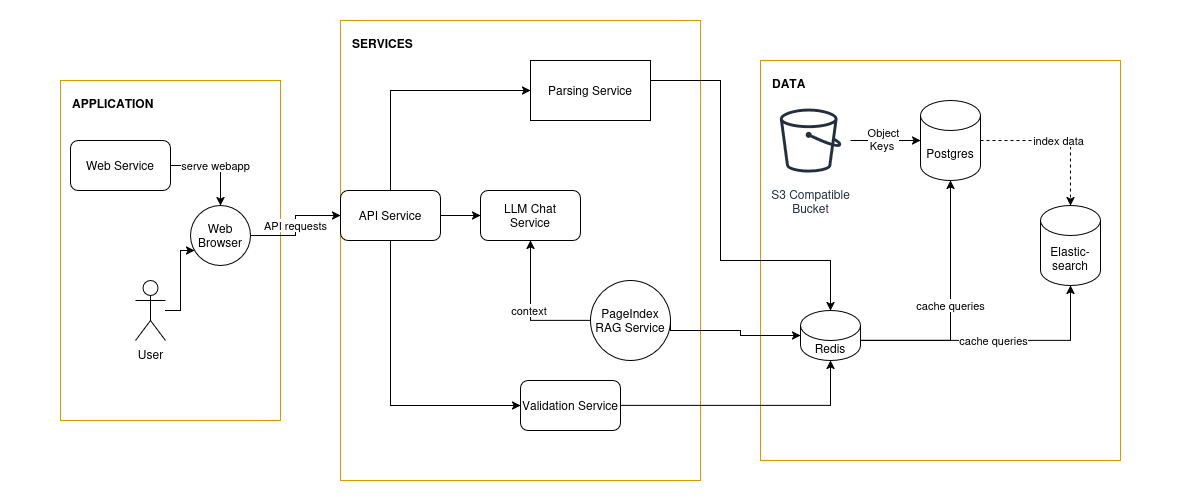
This is architecture.png from WeDontTestAnymore/Inspiron5Proposal, a draw.io export, as it was before one commit. Source tidied: cells renumbered, new cells last; positions are measured from the earlier drawing's top-left corner, leaving out a move shared by most shapes. The source it was exported from:
```xml
<mxGraphModel>
  <root>
    <mxCell id="0" />
    <mxCell id="1" parent="0" />
    <mxCell id="2" value="APPLICATION" style="shape=rectangle;fillColor=none;strokeColor=#d79b00;verticalAlign=top;align=left;spacingLeft=10;spacingTop=10;fontStyle=1;" parent="1" vertex="1">
      <mxGeometry x="60" y="80" width="220" height="340" as="geometry" />
    </mxCell>
    <mxCell id="3" value="SERVICES" style="shape=rectangle;fillColor=none;strokeColor=#d79b00;verticalAlign=top;align=left;spacingLeft=10;spacingTop=10;fontStyle=1;" parent="1" vertex="1">
      <mxGeometry x="340" y="20" width="360" height="460" as="geometry" />
    </mxCell>
    <mxCell id="4" value="DATA" style="shape=rectangle;fillColor=none;strokeColor=#d79b00;verticalAlign=top;align=left;spacingLeft=10;spacingTop=10;fontStyle=1;" parent="1" vertex="1">
      <mxGeometry x="760" y="60" width="360" height="400" as="geometry" />
    </mxCell>
    <mxCell id="5" value="Web Service" style="rounded=1;whiteSpace=wrap;html=1;" parent="1" vertex="1">
      <mxGeometry x="70" y="140" width="100" height="50" as="geometry" />
    </mxCell>
    <mxCell id="6" value="User" style="shape=umlActor;verticalLabelPosition=bottom;verticalAlign=top;html=1;outlineConnect=0;" parent="1" vertex="1">
      <mxGeometry x="135" y="280" width="30" height="60" as="geometry" />
    </mxCell>
    <mxCell id="7" value="Web Browser" style="ellipse;whiteSpace=wrap;html=1;" parent="1" vertex="1">
      <mxGeometry x="190" y="205" width="60" height="60" as="geometry" />
    </mxCell>
    <mxCell id="8" style="edgeStyle=orthogonalEdgeStyle;rounded=0;jettySize=auto;html=1;entryX=0;entryY=0.5;entryDx=0;entryDy=0;" parent="1" edge="1" source="9" target="28">
      <mxGeometry relative="1" as="geometry">
        <Array as="points">
          <mxPoint x="390" y="90" />
        </Array>
      </mxGeometry>
    </mxCell>
    <mxCell id="9" value="API Service" style="rounded=1;whiteSpace=wrap;html=1;" parent="1" vertex="1">
      <mxGeometry x="340" y="190" width="100" height="50" as="geometry" />
    </mxCell>
    <mxCell id="10" value="PageIndex&#10;RAG Service" style="ellipse;whiteSpace=wrap;html=1;" parent="1" vertex="1">
      <mxGeometry x="590" y="280" width="80" height="80" as="geometry" />
    </mxCell>
    <mxCell id="11" value="LLM Chat&#10;Service" style="rounded=1;whiteSpace=wrap;html=1;" parent="1" vertex="1">
      <mxGeometry x="480" y="190" width="100" height="50" as="geometry" />
    </mxCell>
    <mxCell id="12" value="Validation Service" style="rounded=1;whiteSpace=wrap;html=1;" parent="1" vertex="1">
      <mxGeometry x="520" y="380" width="100" height="50" as="geometry" />
    </mxCell>
    <mxCell id="13" value="Postgres" style="shape=cylinder3;whiteSpace=wrap;html=1;boundedLbl=1;backgroundOutline=1;size=15;" parent="1" vertex="1">
      <mxGeometry x="920" y="100" width="60" height="80" as="geometry" />
    </mxCell>
    <mxCell id="14" value="&lt;div&gt;Elastic-&lt;/div&gt;&lt;div&gt;search&lt;/div&gt;" style="shape=cylinder3;whiteSpace=wrap;html=1;boundedLbl=1;backgroundOutline=1;size=15;" parent="1" vertex="1">
      <mxGeometry x="1040" y="205" width="60" height="80" as="geometry" />
    </mxCell>
    <mxCell id="15" value="Redis" style="shape=cylinder3;whiteSpace=wrap;html=1;boundedLbl=1;backgroundOutline=1;size=15;" parent="1" vertex="1">
      <mxGeometry x="800" y="310" width="60" height="50" as="geometry" />
    </mxCell>
    <mxCell id="16" value="serve webapp" style="edgeStyle=orthogonalEdgeStyle;rounded=0;jettySize=auto;html=1;" parent="1" edge="1" source="5" target="7">
      <mxGeometry relative="1" as="geometry" />
    </mxCell>
    <mxCell id="17" style="edgeStyle=orthogonalEdgeStyle;rounded=0;jettySize=auto;html=1;" parent="1" edge="1" source="6" target="7">
      <mxGeometry relative="1" as="geometry">
        <Array as="points">
          <mxPoint x="180" y="310" />
          <mxPoint x="180" y="250" />
        </Array>
      </mxGeometry>
    </mxCell>
    <mxCell id="18" value="API requests" style="edgeStyle=orthogonalEdgeStyle;rounded=0;jettySize=auto;html=1;" parent="1" edge="1" source="7" target="9">
      <mxGeometry relative="1" as="geometry" />
    </mxCell>
    <mxCell id="19" style="edgeStyle=orthogonalEdgeStyle;rounded=0;jettySize=auto;html=1;" parent="1" edge="1" source="9" target="11">
      <mxGeometry relative="1" as="geometry" />
    </mxCell>
    <mxCell id="20" style="edgeStyle=orthogonalEdgeStyle;rounded=0;jettySize=auto;html=1;entryX=0;entryY=0.5;entryDx=0;entryDy=0;" parent="1" edge="1" source="9" target="12">
      <mxGeometry relative="1" as="geometry">
        <Array as="points">
          <mxPoint x="390" y="405" />
        </Array>
      </mxGeometry>
    </mxCell>
    <mxCell id="21" value="index data" style="edgeStyle=orthogonalEdgeStyle;rounded=0;jettySize=auto;html=1;dashed=1;" parent="1" edge="1" source="13" target="14">
      <mxGeometry relative="1" as="geometry" />
    </mxCell>
    <mxCell id="22" style="edgeStyle=orthogonalEdgeStyle;rounded=0;jettySize=auto;html=1;exitX=1;exitY=0.5;exitDx=0;exitDy=0;entryX=0.5;entryY=0;entryDx=0;entryDy=0;entryPerimeter=0;" parent="1" edge="1" target="15">
      <mxGeometry relative="1" as="geometry">
        <mxPoint x="620" y="80" as="sourcePoint" />
        <Array as="points">
          <mxPoint x="720" y="80" />
          <mxPoint x="720" y="260" />
          <mxPoint x="830" y="260" />
        </Array>
      </mxGeometry>
    </mxCell>
    <mxCell id="23" style="edgeStyle=orthogonalEdgeStyle;rounded=0;jettySize=auto;html=1;exitX=1;exitY=0.5;exitDx=0;exitDy=0;entryX=0;entryY=0.5;entryDx=0;entryDy=0;" parent="1" edge="1" source="10" target="15">
      <mxGeometry relative="1" as="geometry">
        <Array as="points">
          <mxPoint x="670" y="330" />
          <mxPoint x="740" y="330" />
          <mxPoint x="740" y="335" />
        </Array>
      </mxGeometry>
    </mxCell>
    <mxCell id="24" style="edgeStyle=orthogonalEdgeStyle;rounded=0;jettySize=auto;html=1;exitX=1;exitY=0.5;exitDx=0;exitDy=0;entryX=0.5;entryY=1;entryDx=0;entryDy=0;entryPerimeter=0;" parent="1" edge="1" source="12" target="15">
      <mxGeometry relative="1" as="geometry">
        <Array as="points">
          <mxPoint x="830" y="405" />
        </Array>
      </mxGeometry>
    </mxCell>
    <mxCell id="25" value="context&amp;nbsp;" style="edgeStyle=orthogonalEdgeStyle;rounded=0;jettySize=auto;html=1;" parent="1" edge="1" source="10" target="11">
      <mxGeometry relative="1" as="geometry" />
    </mxCell>
    <mxCell id="26" value="cache queries" style="edgeStyle=orthogonalEdgeStyle;rounded=0;jettySize=auto;html=1;entryX=0.5;entryY=1;entryDx=0;entryDy=0;" parent="1" edge="1" source="15" target="13">
      <mxGeometry relative="1" as="geometry">
        <Array as="points">
          <mxPoint x="950" y="340" />
        </Array>
      </mxGeometry>
    </mxCell>
    <mxCell id="27" value="cache queries" style="edgeStyle=orthogonalEdgeStyle;rounded=0;jettySize=auto;html=1;entryX=0.5;entryY=1;entryDx=0;entryDy=0;" parent="1" edge="1" source="15" target="14">
      <mxGeometry relative="1" as="geometry">
        <Array as="points">
          <mxPoint x="1070" y="340" />
        </Array>
      </mxGeometry>
    </mxCell>
    <mxCell id="28" value="Parsing Service" style="rounded=0;whiteSpace=wrap;html=1;" parent="1" vertex="1">
      <mxGeometry x="530" y="60" width="120" height="60" as="geometry" />
    </mxCell>
    <mxCell id="29" value="&lt;div&gt;S3 Compatible&lt;/div&gt;&lt;div&gt;Bucket&lt;/div&gt;" style="sketch=0;outlineConnect=0;fontColor=#232F3E;gradientColor=none;strokeColor=#232F3E;fillColor=#ffffff;dashed=0;verticalLabelPosition=bottom;verticalAlign=top;align=center;html=1;fontSize=12;fontStyle=0;shape=mxgraph.aws4.resourceIcon;resIcon=mxgraph.aws4.bucket;" parent="1" vertex="1">
      <mxGeometry x="770" y="100" width="80" height="80" as="geometry" />
    </mxCell>
    <mxCell id="30" style="edgeStyle=orthogonalEdgeStyle;rounded=0;jettySize=auto;html=1;entryX=0;entryY=0.5;entryDx=0;entryDy=0;entryPerimeter=0;" parent="1" edge="1" source="29" target="13">
      <mxGeometry relative="1" as="geometry" />
    </mxCell>
    <mxCell id="31" value="&lt;div&gt;Object&lt;/div&gt;&lt;div&gt;Keys&amp;nbsp;&lt;/div&gt;" style="edgeLabel;html=1;align=center;verticalAlign=middle;" parent="30" vertex="1">
      <mxGeometry x="-0.07" y="1" relative="1" as="geometry" />
    </mxCell>
    <mxCell id="32" style="rounded=0;whiteSpace=wrap;html=1;strokeColor=none;fillColor=none;" parent="1" vertex="1">
      <mxGeometry x="500" width="120" height="10" as="geometry" />
    </mxCell>
    <mxCell id="33" style="rounded=0;whiteSpace=wrap;html=1;strokeColor=none;fillColor=none;" parent="1" vertex="1">
      <mxGeometry x="520" y="490" width="120" height="10" as="geometry" />
    </mxCell>
    <mxCell id="34" style="rounded=0;whiteSpace=wrap;html=1;strokeColor=none;fillColor=none;" parent="1" vertex="1">
      <mxGeometry x="1130" y="220" width="50" height="10" as="geometry" />
    </mxCell>
    <mxCell id="35" style="rounded=0;whiteSpace=wrap;html=1;strokeColor=none;fillColor=none;" parent="1" vertex="1">
      <mxGeometry y="230" width="50" height="10" as="geometry" />
    </mxCell>
  </root>
</mxGraphModel>
```
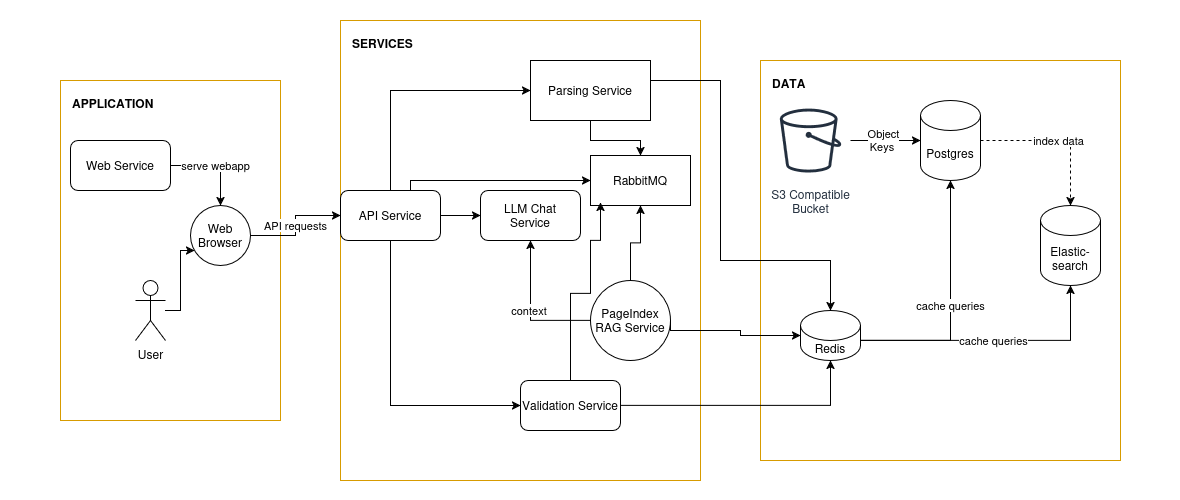
The same diagram one commit later.

What changed in the source:
```diff
@@ -27,9 +27,19 @@
         </Array>
       </mxGeometry>
     </mxCell>
+    <mxCell id="36" style="edgeStyle=orthogonalEdgeStyle;rounded=0;jettySize=auto;html=1;entryX=0;entryY=0.5;entryDx=0;entryDy=0;" parent="1" edge="1" source="9" target="39">
+      <mxGeometry relative="1" as="geometry">
+        <Array as="points">
+          <mxPoint x="410" y="180" />
+        </Array>
+      </mxGeometry>
+    </mxCell>
     <mxCell id="9" value="API Service" style="rounded=1;whiteSpace=wrap;html=1;" parent="1" vertex="1">
       <mxGeometry x="340" y="190" width="100" height="50" as="geometry" />
     </mxCell>
+    <mxCell id="37" style="edgeStyle=orthogonalEdgeStyle;rounded=0;jettySize=auto;html=1;entryX=0.5;entryY=1;entryDx=0;entryDy=0;" parent="1" edge="1" source="10" target="39">
+      <mxGeometry relative="1" as="geometry" />
+    </mxCell>
     <mxCell id="10" value="PageIndex&#10;RAG Service" style="ellipse;whiteSpace=wrap;html=1;" parent="1" vertex="1">
       <mxGeometry x="590" y="280" width="80" height="80" as="geometry" />
     </mxCell>
@@ -118,6 +128,9 @@
         </Array>
       </mxGeometry>
     </mxCell>
+    <mxCell id="38" style="edgeStyle=orthogonalEdgeStyle;rounded=0;jettySize=auto;html=1;" parent="1" edge="1" source="28" target="39">
+      <mxGeometry relative="1" as="geometry" />
+    </mxCell>
     <mxCell id="28" value="Parsing Service" style="rounded=0;whiteSpace=wrap;html=1;" parent="1" vertex="1">
       <mxGeometry x="530" y="60" width="120" height="60" as="geometry" />
     </mxCell>
@@ -142,5 +155,18 @@
     <mxCell id="35" style="rounded=0;whiteSpace=wrap;html=1;strokeColor=none;fillColor=none;" parent="1" vertex="1">
       <mxGeometry y="230" width="50" height="10" as="geometry" />
     </mxCell>
+    <mxCell id="39" value="&lt;div&gt;RabbitMQ&lt;/div&gt;" style="rounded=0;whiteSpace=wrap;html=1;" parent="1" vertex="1">
+      <mxGeometry x="590" y="155" width="100" height="50" as="geometry" />
+    </mxCell>
+    <mxCell id="40" style="edgeStyle=orthogonalEdgeStyle;rounded=0;jettySize=auto;html=1;exitX=0.5;exitY=0;exitDx=0;exitDy=0;entryX=0.1;entryY=0.94;entryDx=0;entryDy=0;entryPerimeter=0;" parent="1" edge="1" source="12" target="39">
+      <mxGeometry relative="1" as="geometry">
+        <Array as="points">
+          <mxPoint x="570" y="293" />
+          <mxPoint x="590" y="293" />
+          <mxPoint x="590" y="240" />
+          <mxPoint x="600" y="240" />
+        </Array>
+      </mxGeometry>
+    </mxCell>
   </root>
 </mxGraphModel>
```
